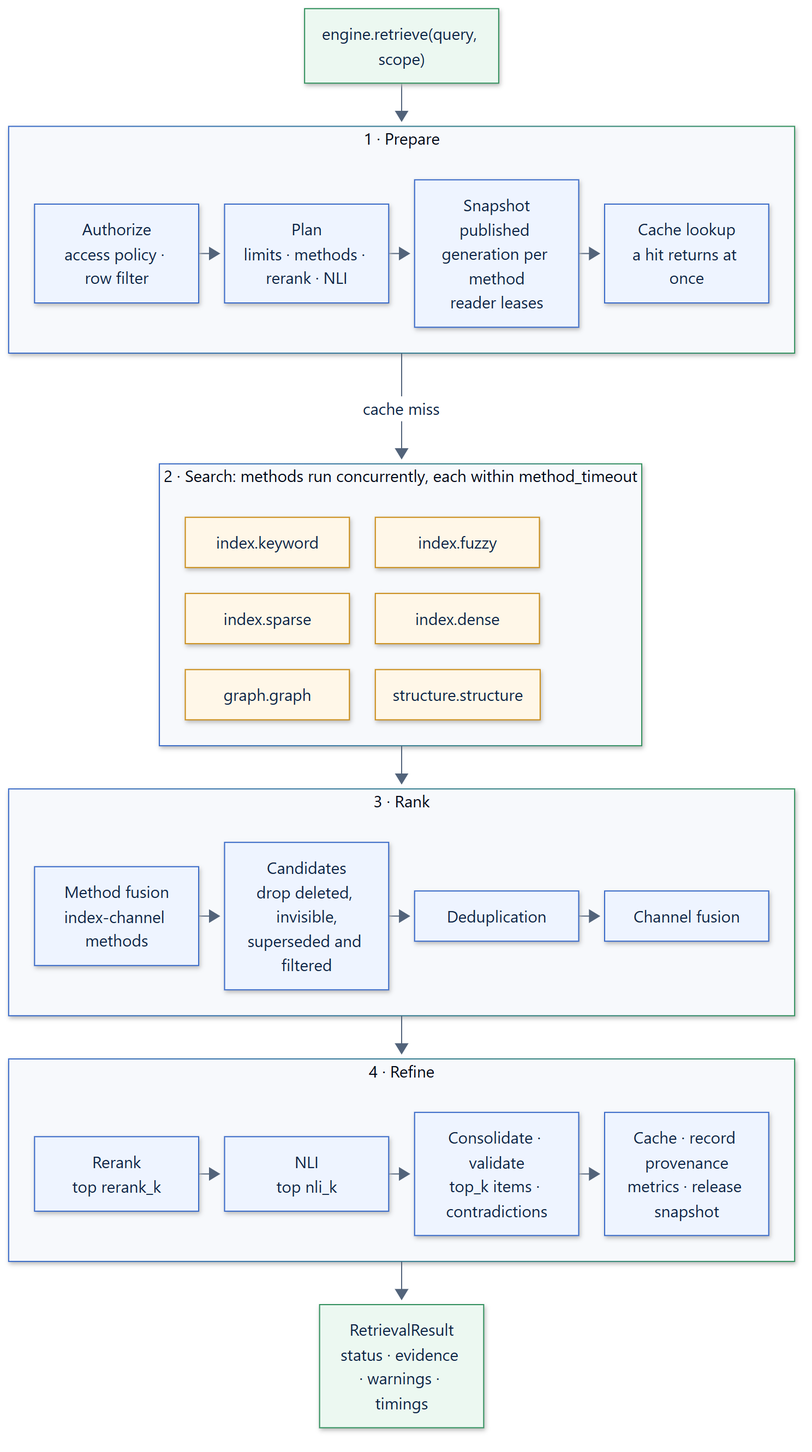
This is docs/assets/diagrams/retrieval-pipeline.png from smuniharish/retrievalloom, a Mermaid export, as it was before one commit. Its source is kept beside it as diagrams/retrieval-pipeline.mmd.
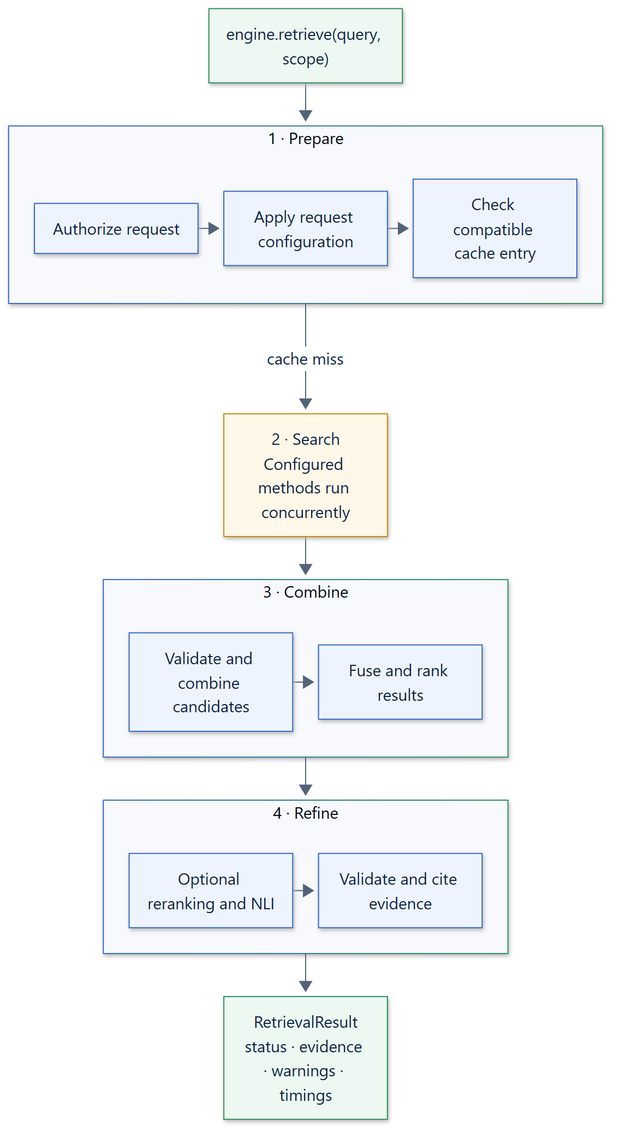
The same diagram one commit later.

What changed in the source:
```diff
@@ -7,45 +7,32 @@
 
     subgraph Prepare["1 · Prepare"]
         direction LR
-        authorize["Authorize<br/>access policy · row filter"]:::core
-        plan["Plan<br/>limits · methods · rerank · NLI"]:::core
-        snapshot["Snapshot<br/>published generation per method<br/>reader leases"]:::core
-        cache["Cache lookup<br/>a hit returns at once"]:::core
-        authorize --> plan --> snapshot --> cache
+        authorize["Authorize request"]:::core
+        plan["Apply request configuration"]:::core
+        cache["Check compatible cache entry"]:::core
+        authorize --> plan --> cache
     end
 
-    subgraph Search["2 · Search: methods run concurrently, each within method_timeout"]
+    search["2 · Search<br/>Configured methods run concurrently"]:::provider
+
+    subgraph Rank["3 · Combine"]
         direction LR
-        keyword["index.keyword"]:::provider
-        fuzzy["index.fuzzy"]:::provider
-        sparse["index.sparse"]:::provider
-        dense["index.dense"]:::provider
-        graphch["graph.graph"]:::provider
-        structure["structure.structure"]:::provider
-    end
-
-    subgraph Rank["3 · Rank"]
-        direction LR
-        methodfusion["Method fusion<br/>index-channel methods"]:::core
-        candidates["Candidates<br/>drop deleted, invisible,<br/>superseded and filtered"]:::core
-        dedup["Deduplication"]:::core
-        channelfusion["Channel fusion"]:::core
-        methodfusion --> candidates --> dedup --> channelfusion
+        candidates["Validate and combine candidates"]:::core
+        fusion["Fuse and rank results"]:::core
+        candidates --> fusion
     end
 
     subgraph Refine["4 · Refine"]
         direction LR
-        rerank["Rerank<br/>top rerank_k"]:::core
-        judge["NLI<br/>top nli_k"]:::core
-        consolidate["Consolidate · validate<br/>top_k items · contradictions"]:::core
-        record["Cache · record provenance<br/>metrics · release snapshot"]:::core
-        rerank --> judge --> consolidate --> record
+        rerank["Optional reranking and NLI"]:::core
+        cite["Validate and cite evidence"]:::core
+        rerank --> cite
     end
 
     result["RetrievalResult<br/>status · evidence · warnings · timings"]:::app
 
     request --> Prepare
-    Prepare -- "cache miss" --> Search
-    Search --> Rank
+    Prepare -- "cache miss" --> search
+    search --> Rank
     Rank --> Refine
     Refine --> result
```
